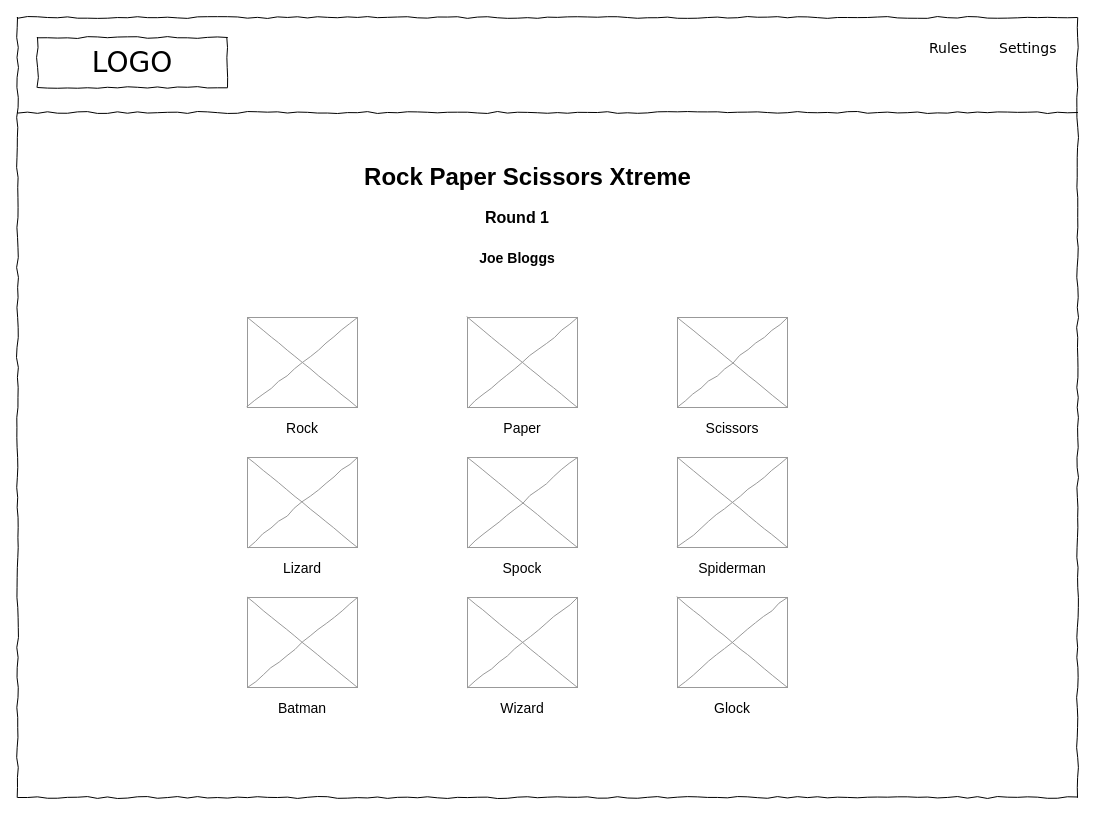
ibuttimer/rock-paper-scissors-xtreme keeps this draw.io diagram as page "game-play-xtreme-large" (5 of 15) of design/rps-xtreme.drawio. Above is the earlier version. Source tidied: cells renumbered, new cells numbered last; positions are measured from the earlier drawing's top-left corner, leaving out a move shared by most shapes. Both pictures are drawn from the tidied source at 100%, with x=0, y=0 at pixel (17, 17).
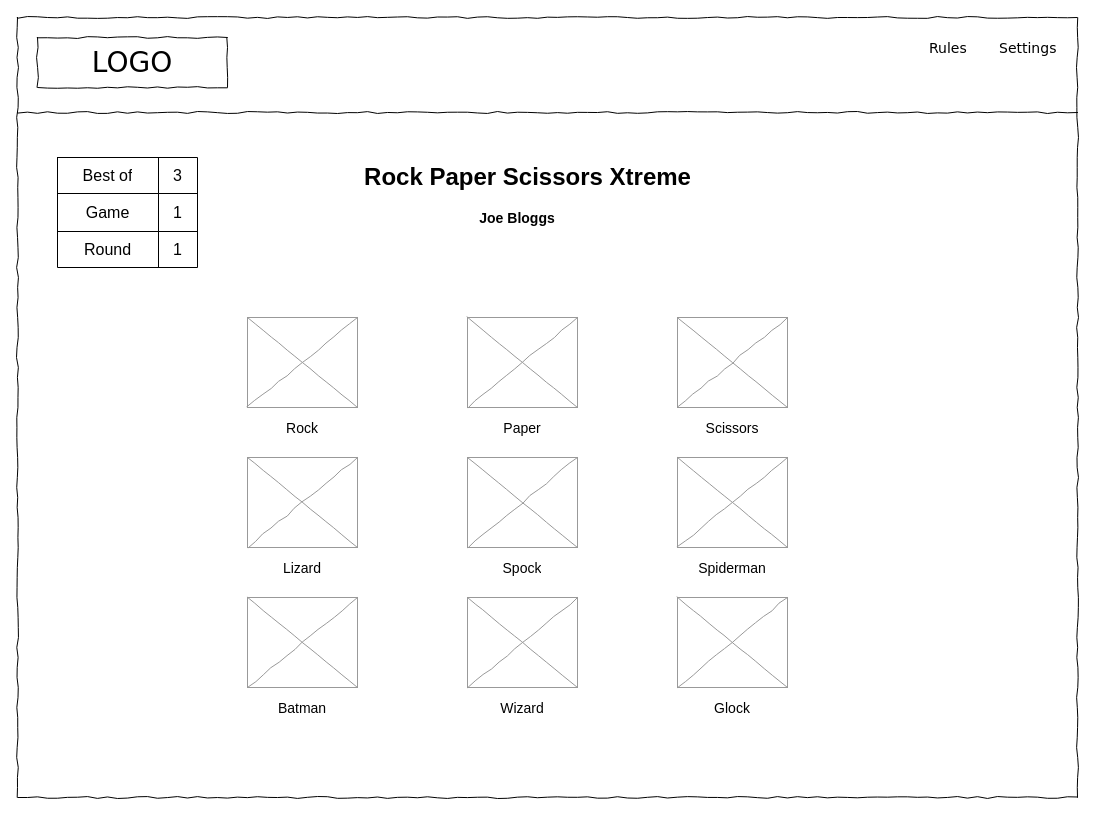
The same page after the edit.

The edit, as a diff of the source:
```diff
@@
-    <mxCell id="26" value="&lt;b style=&quot;&quot;&gt;&lt;font style=&quot;font-size: 16px;&quot;&gt;Round 1&lt;/font&gt;&lt;/b&gt;" style="text;html=1;strokeColor=none;fillColor=none;align=center;verticalAlign=middle;whiteSpace=wrap;overflow=hidden;" parent="1" vertex="1">
-      <mxGeometry x="420" y="180" width="160" height="40" as="geometry" />
-    </mxCell>
     <mxCell id="27" value="&lt;span style=&quot;font-size: 16px;&quot;&gt;&lt;b style=&quot;font-size: 14px;&quot;&gt;Joe Bloggs&lt;/b&gt;&lt;/span&gt;" style="text;html=1;strokeColor=none;fillColor=none;align=center;verticalAlign=middle;whiteSpace=wrap;overflow=hidden;" parent="1" vertex="1">
-      <mxGeometry x="420" y="220" width="160" height="40" as="geometry" />
+      <mxGeometry x="420" y="180" width="160" height="40" as="geometry" />
     </mxCell>
+    <mxCell id="28" style="shape=table;html=1;whiteSpace=wrap;startSize=0;childLayout=tableLayout;fontSize=16;" parent="1" vertex="1">
+      <mxGeometry x="40" y="140" width="140" height="110" as="geometry" />
+    </mxCell>
+    <mxCell id="29" style="shape=tableRow;horizontal=0;startSize=0;swimlaneHead=0;swimlaneBody=0;top=0;left=0;bottom=0;right=0;fillColor=none;fontSize=16;" parent="28" vertex="1">
+      <mxGeometry width="140" height="36" as="geometry" />
+    </mxCell>
+    <mxCell id="30" value="Best of" style="shape=partialRectangle;html=1;whiteSpace=wrap;fillColor=none;top=0;left=0;bottom=0;right=0;overflow=hidden;fontSize=16;" parent="29" vertex="1">
+      <mxGeometry width="101" height="36" as="geometry" />
+    </mxCell>
+    <mxCell id="31" value="3" style="shape=partialRectangle;html=1;whiteSpace=wrap;fillColor=none;top=0;left=0;bottom=0;right=0;overflow=hidden;fontSize=16;" parent="29" vertex="1">
+      <mxGeometry x="101" width="39" height="36" as="geometry" />
+    </mxCell>
+    <mxCell id="32" style="shape=tableRow;horizontal=0;startSize=0;swimlaneHead=0;swimlaneBody=0;top=0;left=0;bottom=0;right=0;fillColor=none;fontSize=16;" parent="28" vertex="1">
+      <mxGeometry y="36" width="140" height="38" as="geometry" />
+    </mxCell>
+    <mxCell id="33" value="Game" style="shape=partialRectangle;html=1;whiteSpace=wrap;fillColor=none;top=0;left=0;bottom=0;right=0;overflow=hidden;fontSize=16;" parent="32" vertex="1">
+      <mxGeometry width="101" height="38" as="geometry" />
+    </mxCell>
+    <mxCell id="34" value="1" style="shape=partialRectangle;html=1;whiteSpace=wrap;fillColor=none;top=0;left=0;bottom=0;right=0;overflow=hidden;fontSize=16;" parent="32" vertex="1">
+      <mxGeometry x="101" width="39" height="38" as="geometry" />
+    </mxCell>
+    <mxCell id="35" style="shape=tableRow;horizontal=0;startSize=0;swimlaneHead=0;swimlaneBody=0;top=0;left=0;bottom=0;right=0;fillColor=none;fontSize=16;" parent="28" vertex="1">
+      <mxGeometry y="74" width="140" height="36" as="geometry" />
+    </mxCell>
+    <mxCell id="36" value="Round" style="shape=partialRectangle;html=1;whiteSpace=wrap;fillColor=none;top=0;left=0;bottom=0;right=0;overflow=hidden;fontSize=16;" parent="35" vertex="1">
+      <mxGeometry width="101" height="36" as="geometry" />
+    </mxCell>
+    <mxCell id="37" value="1" style="shape=partialRectangle;html=1;whiteSpace=wrap;fillColor=none;top=0;left=0;bottom=0;right=0;overflow=hidden;fontSize=16;" parent="35" vertex="1">
+      <mxGeometry x="101" width="39" height="36" as="geometry" />
+    </mxCell>
```
